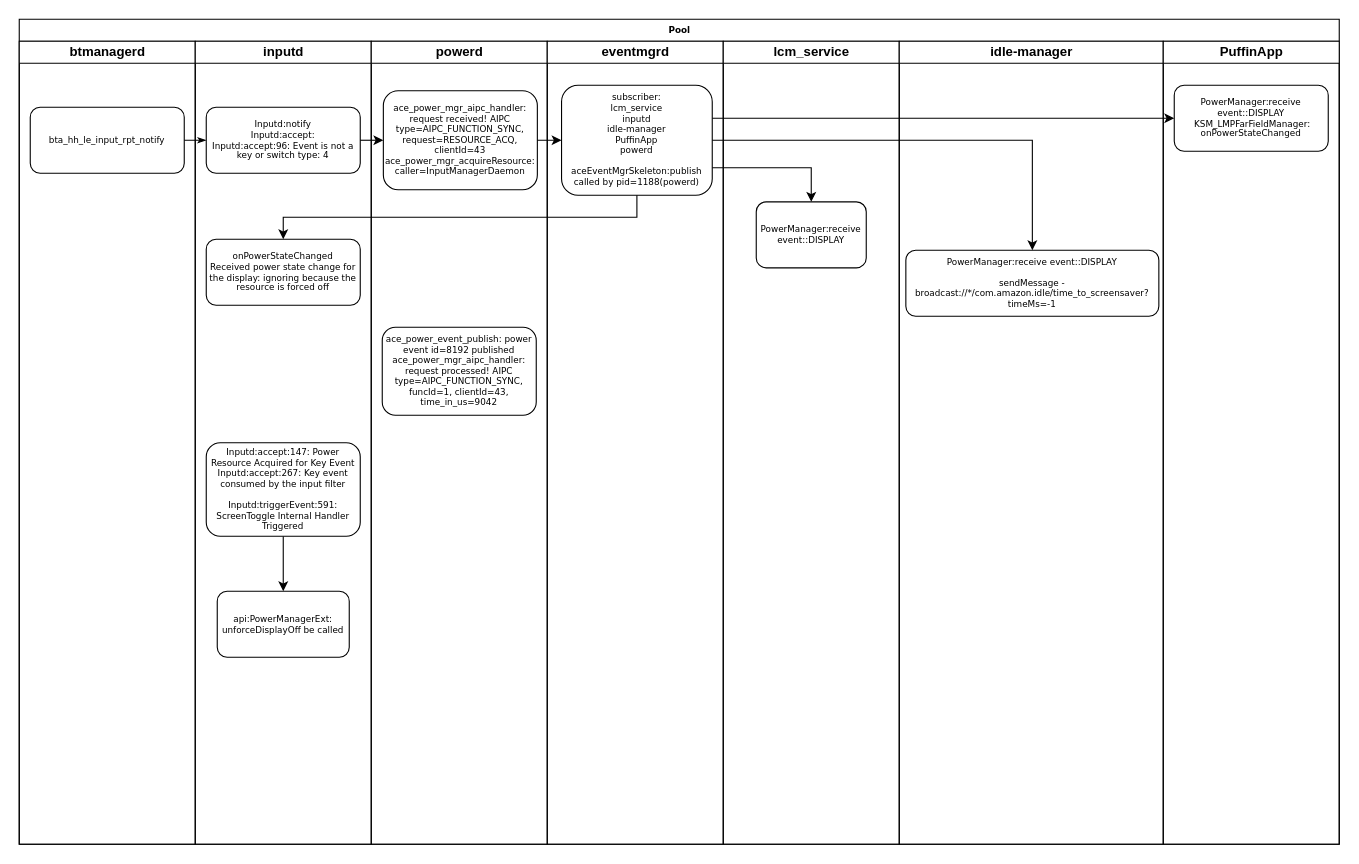
skyliangbogit/test keeps this draw.io diagram as input_flow2.drawio. Above is the earlier version. Source tidied: cells renumbered, new cells numbered last; positions are measured from the earlier drawing's top-left corner, leaving out a move shared by most shapes. Both pictures are drawn from the tidied source at 110%, with x=0, y=0 at pixel (19, 19).
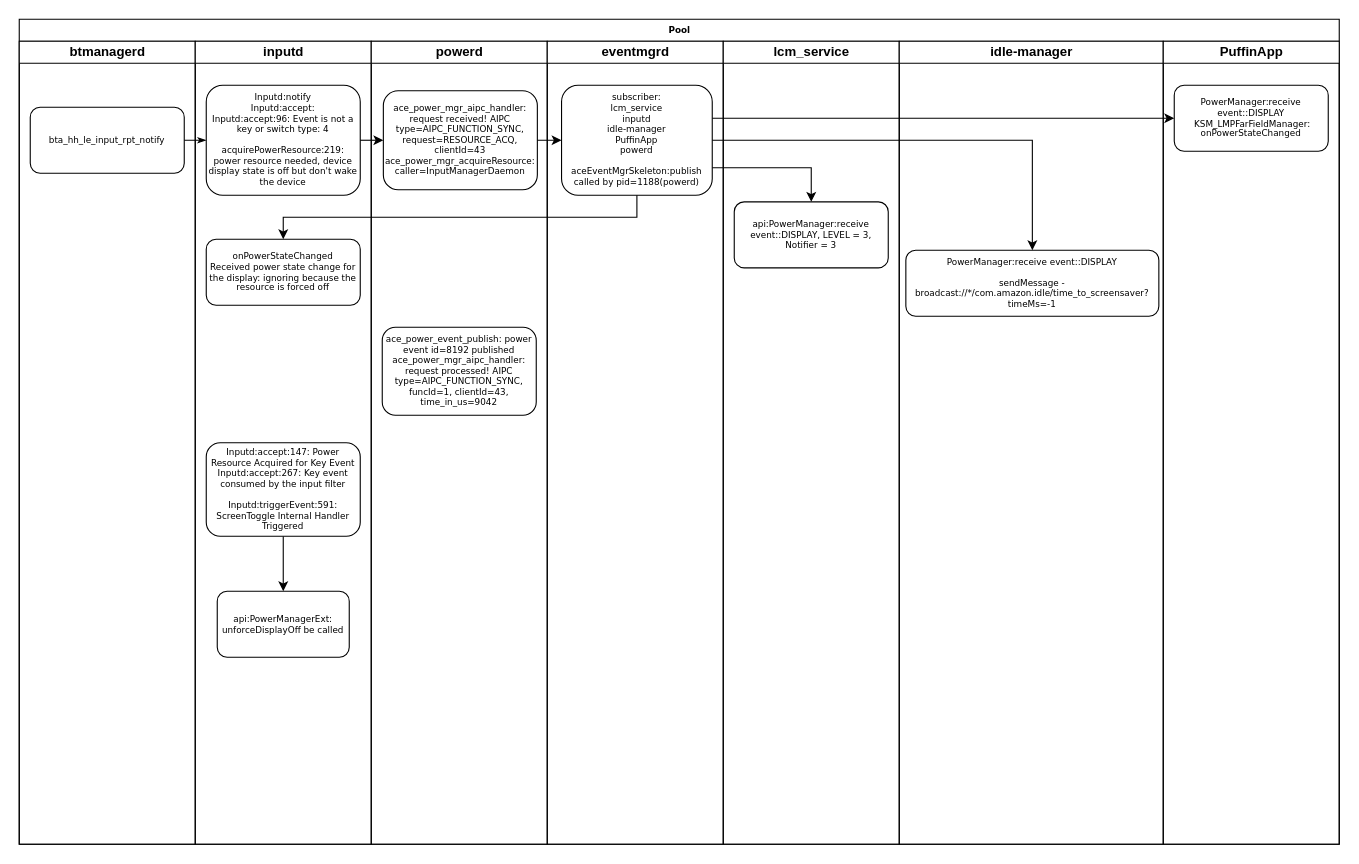
Above is the later version.

Unchanged cells that the change refers to:
```xml
<mxCell id="6" value="inputd" style="swimlane;html=1;startSize=20;" parent="2" vertex="1">
  <mxGeometry x="160" y="20" width="160" height="730" as="geometry" />
</mxCell>
<mxCell id="17" value="lcm_service" style="swimlane;html=1;startSize=20;" parent="2" vertex="1">
  <mxGeometry x="640" y="20" width="160" height="730" as="geometry" />
</mxCell>
```

What changed in the source:
```diff
@@
-    <mxCell id="7" value="&lt;div&gt;Inputd:notify&lt;br&gt;&lt;/div&gt;Inputd:accept:&lt;div&gt;Inputd:accept:96: Event is not a key or switch type: 4&lt;br&gt;&lt;/div&gt;" style="rounded=1;whiteSpace=wrap;html=1;shadow=0;labelBackgroundColor=none;strokeWidth=1;fontFamily=Verdana;fontSize=8;align=center;" parent="6" vertex="1">
-      <mxGeometry x="10" y="60" width="140" height="60" as="geometry" />
+    <mxCell id="7" value="&lt;div&gt;Inputd:notify&lt;br&gt;&lt;/div&gt;Inputd:accept:&lt;div&gt;Inputd:accept:96: Event is not a key or switch type: 4&lt;br&gt;&lt;/div&gt;&lt;div&gt;&lt;br&gt;&lt;/div&gt;&lt;div&gt;acquirePowerResource:219: power resource needed, device display state is off but don't wake the device&lt;br&gt;&lt;/div&gt;" style="rounded=1;whiteSpace=wrap;html=1;shadow=0;labelBackgroundColor=none;strokeWidth=1;fontFamily=Verdana;fontSize=8;align=center;" parent="6" vertex="1">
+      <mxGeometry x="10" y="40" width="140" height="100" as="geometry" />
     </mxCell>
@@
-    <mxCell id="18" value="PowerManager:receive event::DISPLAY" style="rounded=1;whiteSpace=wrap;html=1;shadow=0;labelBackgroundColor=none;strokeWidth=1;fontFamily=Verdana;fontSize=8;align=center;" parent="17" vertex="1">
-      <mxGeometry x="30" y="146" width="100" height="60" as="geometry" />
+    <mxCell id="18" value="api:PowerManager:receive event::DISPLAY, LEVEL = 3, Notifier = 3" style="rounded=1;whiteSpace=wrap;html=1;shadow=0;labelBackgroundColor=none;strokeWidth=1;fontFamily=Verdana;fontSize=8;align=center;" parent="17" vertex="1">
+      <mxGeometry x="10" y="146" width="140" height="60" as="geometry" />
     </mxCell>
```
